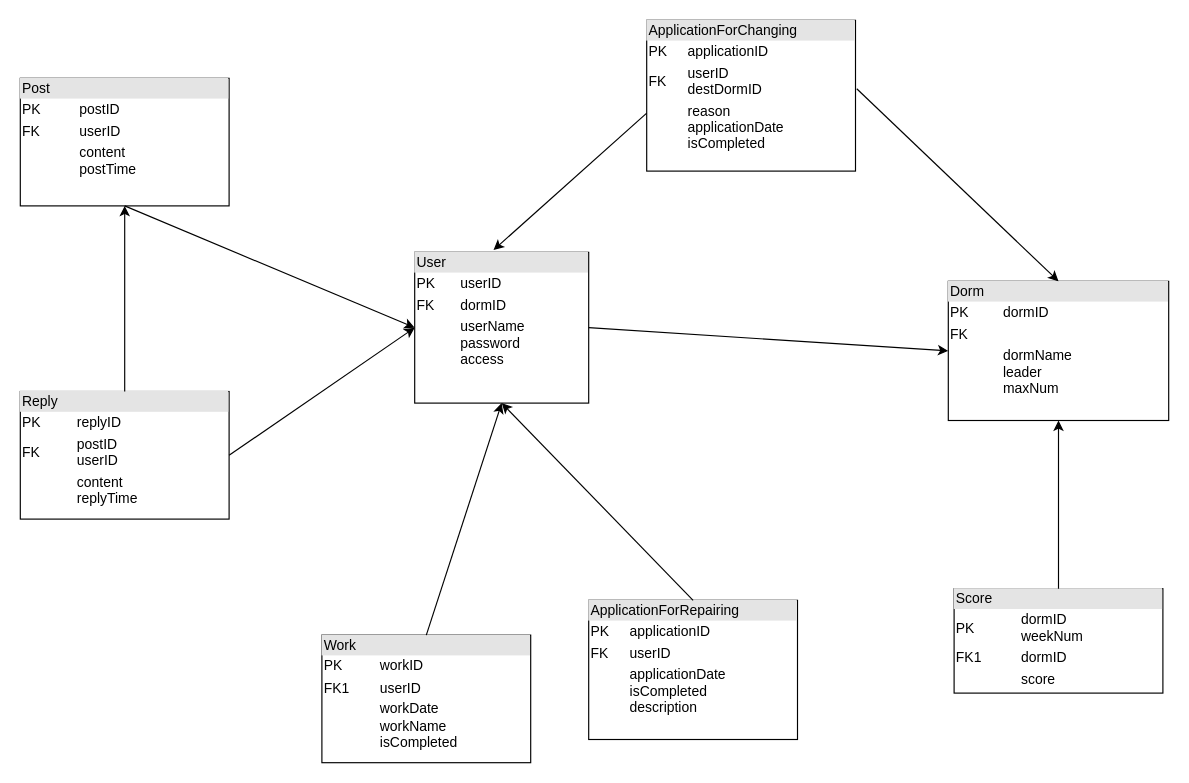
lykdsb/DormSystem keeps this draw.io diagram as DormSystem数据库模型.drawio. Above is the earlier version. Source tidied: cells renumbered, new cells numbered last; positions are measured from the earlier drawing's top-left corner, leaving out a move shared by most shapes. Both pictures are drawn from the tidied source at 116%, with x=0, y=0 at pixel (20, 20).
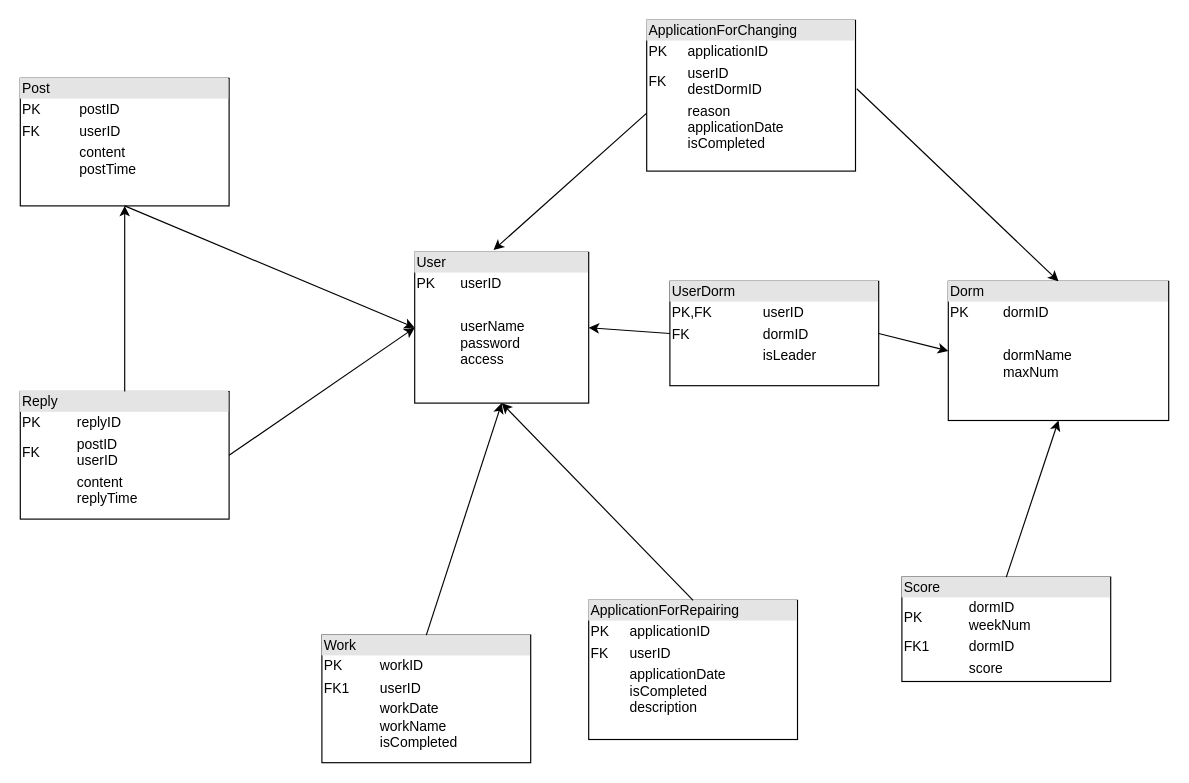
The same diagram, later.

Commit message:
修改数据库设计

Change to the diagram source:
```diff
@@
-    <mxCell id="2" value="&lt;div style=&quot;box-sizing: border-box ; width: 100% ; background: #e4e4e4 ; padding: 2px&quot;&gt;User&lt;/div&gt;&lt;table style=&quot;width: 100% ; font-size: 1em&quot; cellpadding=&quot;2&quot; cellspacing=&quot;0&quot;&gt;&lt;tbody&gt;&lt;tr&gt;&lt;td&gt;PK&lt;/td&gt;&lt;td&gt;userID&lt;/td&gt;&lt;/tr&gt;&lt;tr&gt;&lt;td&gt;FK&lt;/td&gt;&lt;td&gt;dormID&lt;/td&gt;&lt;/tr&gt;&lt;tr&gt;&lt;td&gt;&lt;/td&gt;&lt;td&gt;userName&lt;br&gt;password&lt;br&gt;access&lt;br&gt;&lt;br&gt;&lt;br&gt;&lt;br&gt;&lt;/td&gt;&lt;/tr&gt;&lt;/tbody&gt;&lt;/table&gt;" style="verticalAlign=top;align=left;overflow=fill;html=1;" parent="1" vertex="1">
+    <mxCell id="2" value="&lt;div style=&quot;box-sizing: border-box ; width: 100% ; background: #e4e4e4 ; padding: 2px&quot;&gt;User&lt;/div&gt;&lt;table style=&quot;width: 100% ; font-size: 1em&quot; cellpadding=&quot;2&quot; cellspacing=&quot;0&quot;&gt;&lt;tbody&gt;&lt;tr&gt;&lt;td&gt;PK&lt;/td&gt;&lt;td&gt;userID&lt;/td&gt;&lt;/tr&gt;&lt;tr&gt;&lt;td&gt;&lt;br&gt;&lt;/td&gt;&lt;td&gt;&lt;/td&gt;&lt;/tr&gt;&lt;tr&gt;&lt;td&gt;&lt;/td&gt;&lt;td&gt;userName&lt;br&gt;password&lt;br&gt;access&lt;br&gt;&lt;br&gt;&lt;br&gt;&lt;br&gt;&lt;/td&gt;&lt;/tr&gt;&lt;/tbody&gt;&lt;/table&gt;" style="verticalAlign=top;align=left;overflow=fill;html=1;" parent="1" vertex="1">
       <mxGeometry x="340" y="200" width="150" height="130" as="geometry" />
     </mxCell>
-    <mxCell id="3" value="&lt;div style=&quot;box-sizing: border-box ; width: 100% ; background: #e4e4e4 ; padding: 2px&quot;&gt;Dorm&lt;/div&gt;&lt;table style=&quot;width: 100% ; font-size: 1em&quot; cellpadding=&quot;2&quot; cellspacing=&quot;0&quot;&gt;&lt;tbody&gt;&lt;tr&gt;&lt;td&gt;PK&lt;/td&gt;&lt;td&gt;dormID&lt;/td&gt;&lt;/tr&gt;&lt;tr&gt;&lt;td&gt;FK&lt;/td&gt;&lt;td&gt;&lt;br&gt;&lt;/td&gt;&lt;/tr&gt;&lt;tr&gt;&lt;td&gt;&lt;/td&gt;&lt;td&gt;dormName&lt;br&gt;leader&lt;br&gt;maxNum&lt;br&gt;&lt;br&gt;&lt;/td&gt;&lt;/tr&gt;&lt;/tbody&gt;&lt;/table&gt;" style="verticalAlign=top;align=left;overflow=fill;html=1;" parent="1" vertex="1">
+    <mxCell id="3" value="&lt;div style=&quot;box-sizing: border-box ; width: 100% ; background: #e4e4e4 ; padding: 2px&quot;&gt;Dorm&lt;/div&gt;&lt;table style=&quot;width: 100% ; font-size: 1em&quot; cellpadding=&quot;2&quot; cellspacing=&quot;0&quot;&gt;&lt;tbody&gt;&lt;tr&gt;&lt;td&gt;PK&lt;/td&gt;&lt;td&gt;dormID&lt;/td&gt;&lt;/tr&gt;&lt;tr&gt;&lt;td&gt;&lt;br&gt;&lt;/td&gt;&lt;td&gt;&lt;br&gt;&lt;/td&gt;&lt;/tr&gt;&lt;tr&gt;&lt;td&gt;&lt;/td&gt;&lt;td&gt;dormName&lt;br&gt;maxNum&lt;br&gt;&lt;br&gt;&lt;/td&gt;&lt;/tr&gt;&lt;/tbody&gt;&lt;/table&gt;" style="verticalAlign=top;align=left;overflow=fill;html=1;" parent="1" vertex="1">
       <mxGeometry x="800" y="225" width="190" height="120" as="geometry" />
     </mxCell>
-    <mxCell id="4" style="endArrow=classic;html=1;exitX=1;exitY=0.5;exitDx=0;exitDy=0;entryX=0;entryY=0.5;entryDx=0;entryDy=0;" parent="1" edge="1" source="2" target="3">
-      <mxGeometry relative="1" as="geometry" />
-    </mxCell>
@@
     <mxCell id="17" value="&lt;div style=&quot;box-sizing: border-box ; width: 100% ; background: #e4e4e4 ; padding: 2px&quot;&gt;Score&lt;/div&gt;&lt;table style=&quot;width: 100% ; font-size: 1em&quot; cellpadding=&quot;2&quot; cellspacing=&quot;0&quot;&gt;&lt;tbody&gt;&lt;tr&gt;&lt;td&gt;PK&lt;/td&gt;&lt;td&gt;dormID&lt;br&gt;weekNum&lt;/td&gt;&lt;/tr&gt;&lt;tr&gt;&lt;td&gt;FK1&lt;/td&gt;&lt;td&gt;dormID&lt;/td&gt;&lt;/tr&gt;&lt;tr&gt;&lt;td&gt;&lt;/td&gt;&lt;td&gt;score&lt;/td&gt;&lt;/tr&gt;&lt;/tbody&gt;&lt;/table&gt;" style="verticalAlign=top;align=left;overflow=fill;html=1;" parent="1" vertex="1">
-      <mxGeometry x="805" y="490" width="180" height="90" as="geometry" />
+      <mxGeometry x="760" y="480" width="180" height="90" as="geometry" />
     </mxCell>
@@
+    <mxCell id="19" value="&lt;div style=&quot;box-sizing: border-box ; width: 100% ; background: #e4e4e4 ; padding: 2px&quot;&gt;UserDorm&lt;/div&gt;&lt;table style=&quot;width: 100% ; font-size: 1em&quot; cellpadding=&quot;2&quot; cellspacing=&quot;0&quot;&gt;&lt;tbody&gt;&lt;tr&gt;&lt;td&gt;PK,FK&lt;/td&gt;&lt;td&gt;userID&lt;br&gt;&lt;/td&gt;&lt;/tr&gt;&lt;tr&gt;&lt;td&gt;FK&lt;/td&gt;&lt;td&gt;dormID&lt;/td&gt;&lt;/tr&gt;&lt;tr&gt;&lt;td&gt;&lt;/td&gt;&lt;td&gt;isLeader&lt;/td&gt;&lt;/tr&gt;&lt;/tbody&gt;&lt;/table&gt;" style="verticalAlign=top;align=left;overflow=fill;html=1;" parent="1" vertex="1">
+      <mxGeometry x="560" y="225" width="180" height="90" as="geometry" />
+    </mxCell>
+    <mxCell id="20" style="endArrow=classic;html=1;exitX=0;exitY=0.5;exitDx=0;exitDy=0;entryX=1;entryY=0.5;entryDx=0;entryDy=0;" parent="1" edge="1" source="19" target="2">
+      <mxGeometry relative="1" as="geometry" />
+    </mxCell>
+    <mxCell id="21" style="endArrow=classic;html=1;exitX=1;exitY=0.5;exitDx=0;exitDy=0;entryX=0;entryY=0.5;entryDx=0;entryDy=0;" parent="1" edge="1" source="19" target="3">
+      <mxGeometry relative="1" as="geometry" />
+    </mxCell>
```
